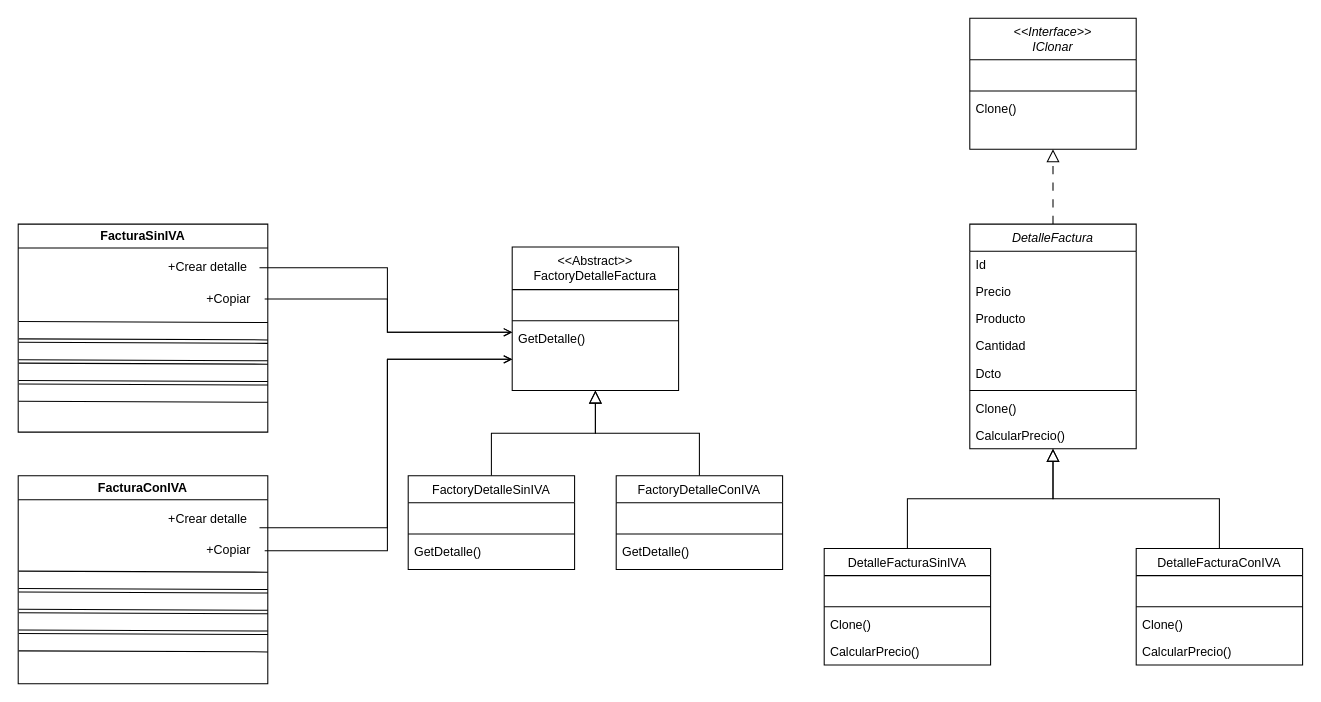
Earlier version of the draw.io diagram PrototypeExample.drawio (david-med/archivos). Source tidied: cells renumbered, new cells numbered last; positions are measured from the earlier drawing's top-left corner, leaving out a move shared by most shapes. Both pictures are drawn from the tidied source at 104%, with x=0, y=0 at pixel (18, 18).
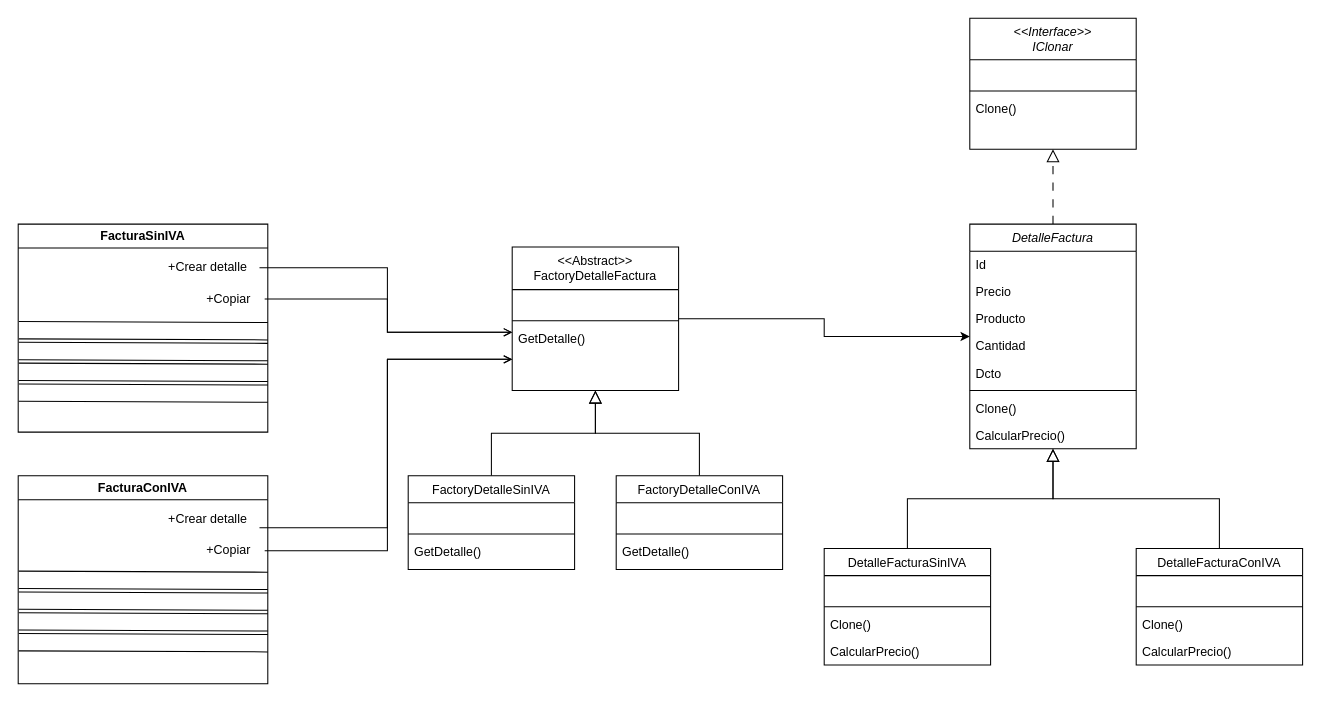
The same diagram, later.

Unchanged cells that the change refers to:
```xml
<mxCell id="3" value="DetalleFactura" style="swimlane;fontStyle=2;align=center;verticalAlign=top;horizontal=1;startSize=26;rounded=0;shadow=0;strokeWidth=1;" parent="1" vertex="1">
  <mxGeometry x="915" y="198" width="160" height="216" as="geometry" />
</mxCell>
<mxCell id="12" value="&lt;&lt;Abstract&gt;&gt;&#10;FactoryDetalleFactura" style="swimlane;fontStyle=0;align=center;verticalAlign=top;horizontal=1;startSize=41;rounded=0;shadow=0;strokeWidth=1;" parent="1" vertex="1">
  <mxGeometry x="475" y="220" width="160" height="138" as="geometry" />
</mxCell>
```

The edit, as a diff of the source:
```diff
@@
+    <mxCell id="60" style="edgeStyle=orthogonalEdgeStyle;rounded=0;jettySize=auto;html=1;" parent="1" edge="1" source="12" target="3">
+      <mxGeometry relative="1" as="geometry" />
+    </mxCell>
```
